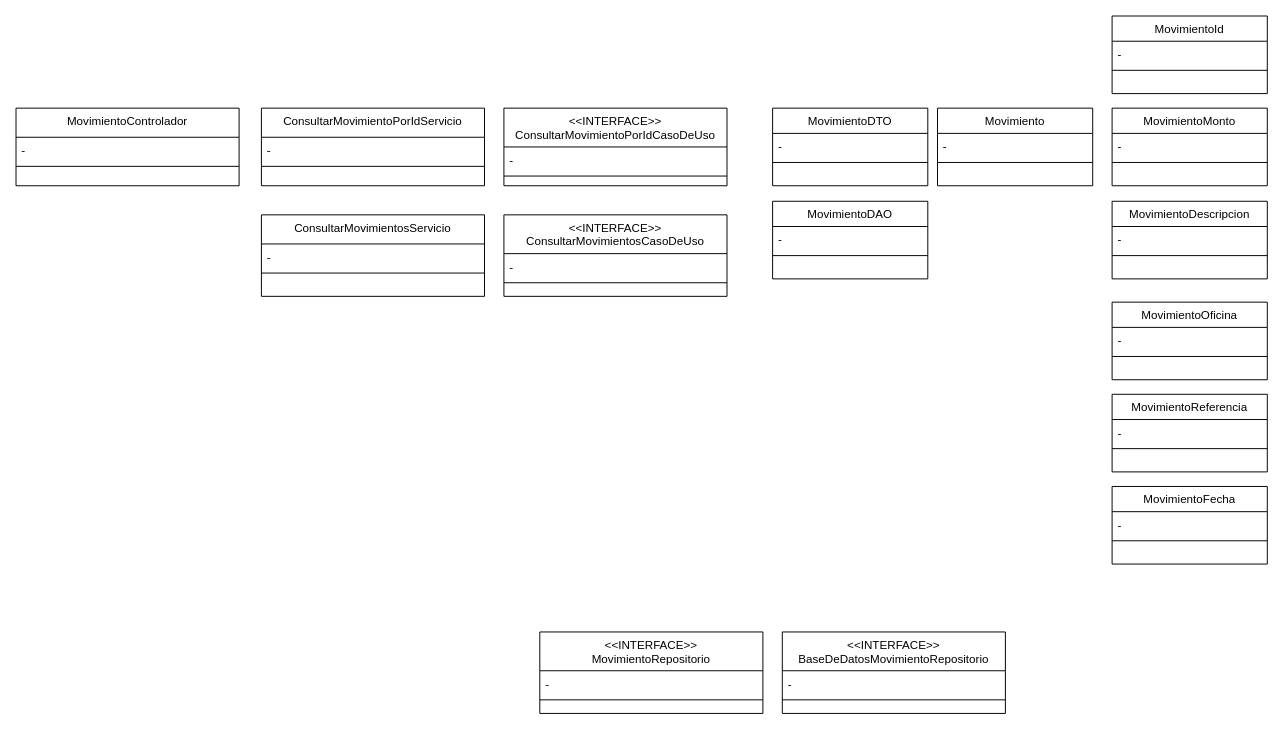
Earlier version of the draw.io diagram Untitled Diagram.drawio (joeburias/ddd_example). Source tidied: cells renumbered, new cells numbered last; positions are measured from the earlier drawing's top-left corner, leaving out a move shared by most shapes. Both pictures are drawn from the tidied source at 97%, with x=0, y=0 at pixel (16, 16).
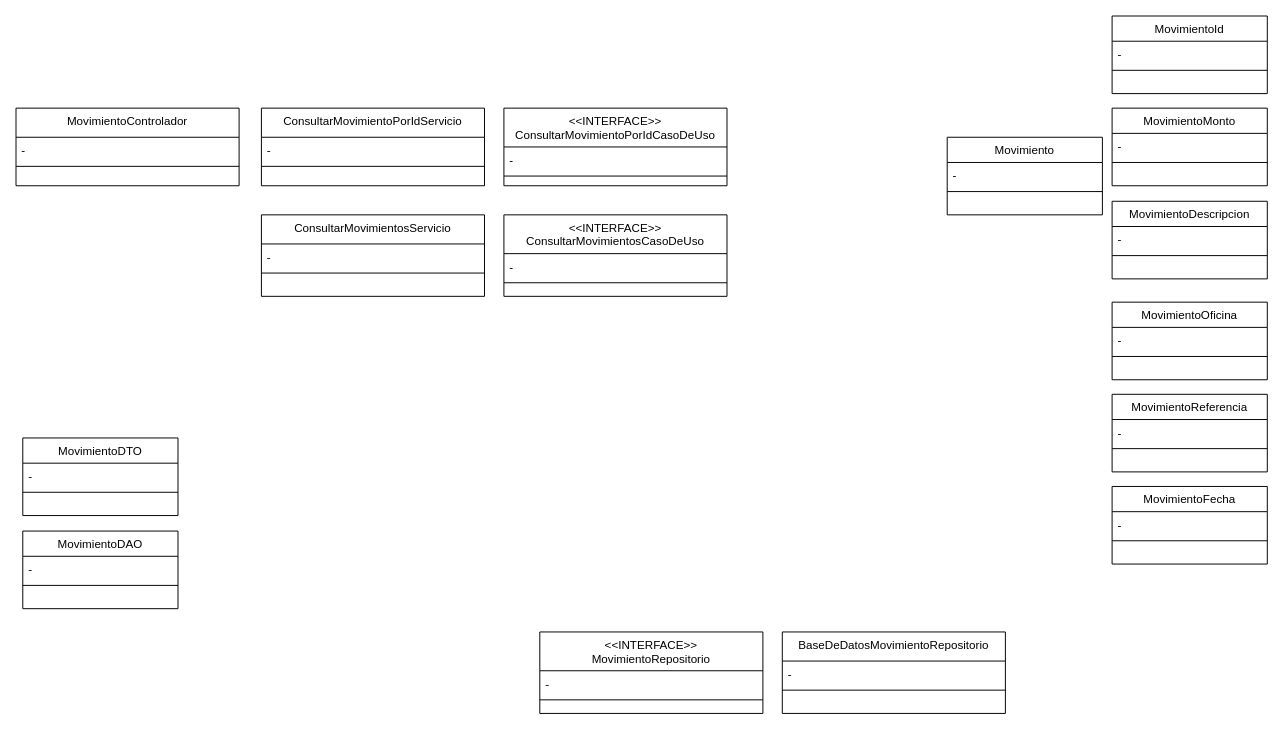
After the change.

Change to the diagram source:
```diff
@@
     <mxCell id="2" value="Movimiento" style="swimlane;fontStyle=0;align=center;verticalAlign=top;horizontal=1;startSize=26;rounded=0;shadow=0;strokeWidth=1;" parent="1" vertex="1">
-      <mxGeometry x="950" y="95" width="160" height="80" as="geometry" />
+      <mxGeometry x="960" y="125" width="160" height="80" as="geometry" />
     </mxCell>
@@
     <mxCell id="38" value="MovimientoDTO" style="swimlane;fontStyle=0;align=center;verticalAlign=top;horizontal=1;startSize=26;rounded=0;shadow=0;strokeWidth=1;" parent="1" vertex="1">
-      <mxGeometry x="780" y="95" width="160" height="80" as="geometry" />
+      <mxGeometry x="7" y="435" width="160" height="80" as="geometry" />
     </mxCell>
@@
     <mxCell id="41" value="MovimientoDAO" style="swimlane;fontStyle=0;align=center;verticalAlign=top;horizontal=1;startSize=26;rounded=0;shadow=0;strokeWidth=1;" parent="1" vertex="1">
-      <mxGeometry x="780" y="191" width="160" height="80" as="geometry" />
+      <mxGeometry x="7" y="531" width="160" height="80" as="geometry" />
     </mxCell>
@@
-    <mxCell id="47" value="&lt;&lt;INTERFACE&gt;&gt;&#10;BaseDeDatosMovimientoRepositorio" style="swimlane;fontStyle=0;align=center;verticalAlign=top;horizontal=1;startSize=40;rounded=0;shadow=0;strokeWidth=1;" parent="1" vertex="1">
+    <mxCell id="47" value="BaseDeDatosMovimientoRepositorio" style="swimlane;fontStyle=0;align=center;verticalAlign=top;horizontal=1;startSize=30;rounded=0;shadow=0;strokeWidth=1;" parent="1" vertex="1">
       <mxGeometry x="790" y="635" width="230" height="84" as="geometry" />
     </mxCell>
     <mxCell id="48" value="- " style="text;align=left;verticalAlign=top;spacingLeft=4;spacingRight=4;overflow=hidden;" parent="47" vertex="1">
-      <mxGeometry y="40" width="230" height="26" as="geometry" />
+      <mxGeometry y="30" width="230" height="26" as="geometry" />
     </mxCell>
     <mxCell id="49" style="line;html=1;strokeWidth=1;align=left;verticalAlign=middle;spacingTop=-1;spacingLeft=3;spacingRight=3;labelPosition=right;" parent="47" vertex="1">
-      <mxGeometry y="66" width="230" height="8" as="geometry" />
+      <mxGeometry y="56" width="230" height="8" as="geometry" />
     </mxCell>
```
